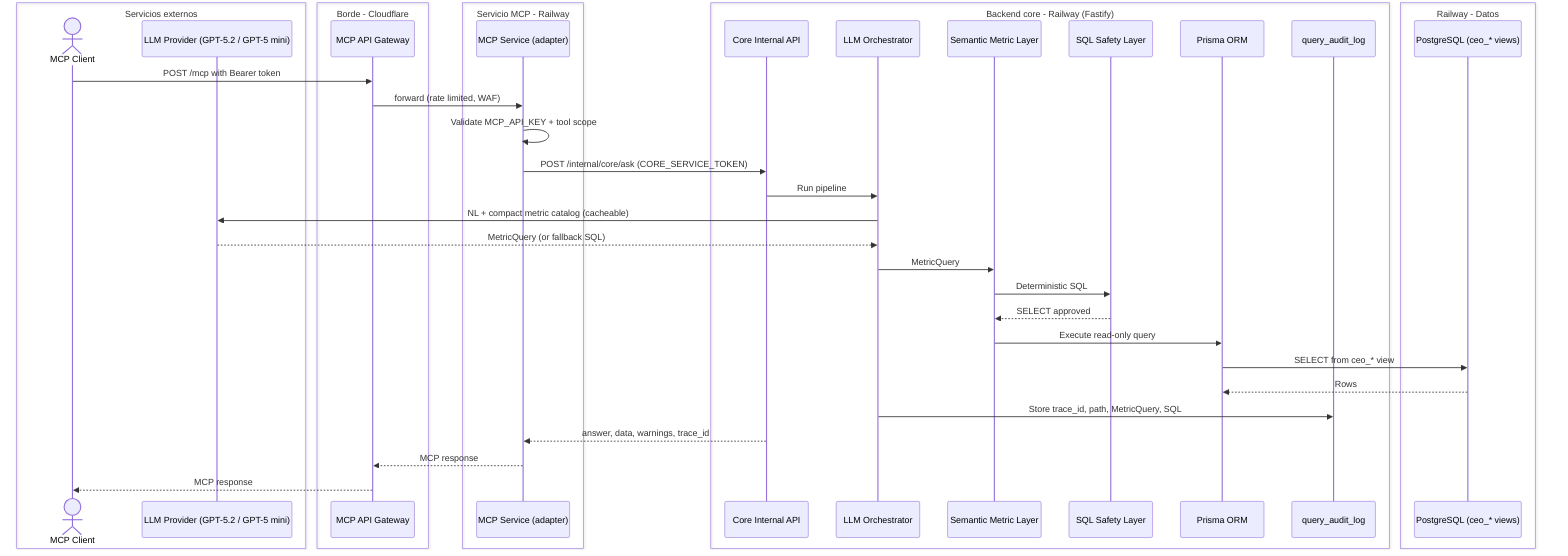
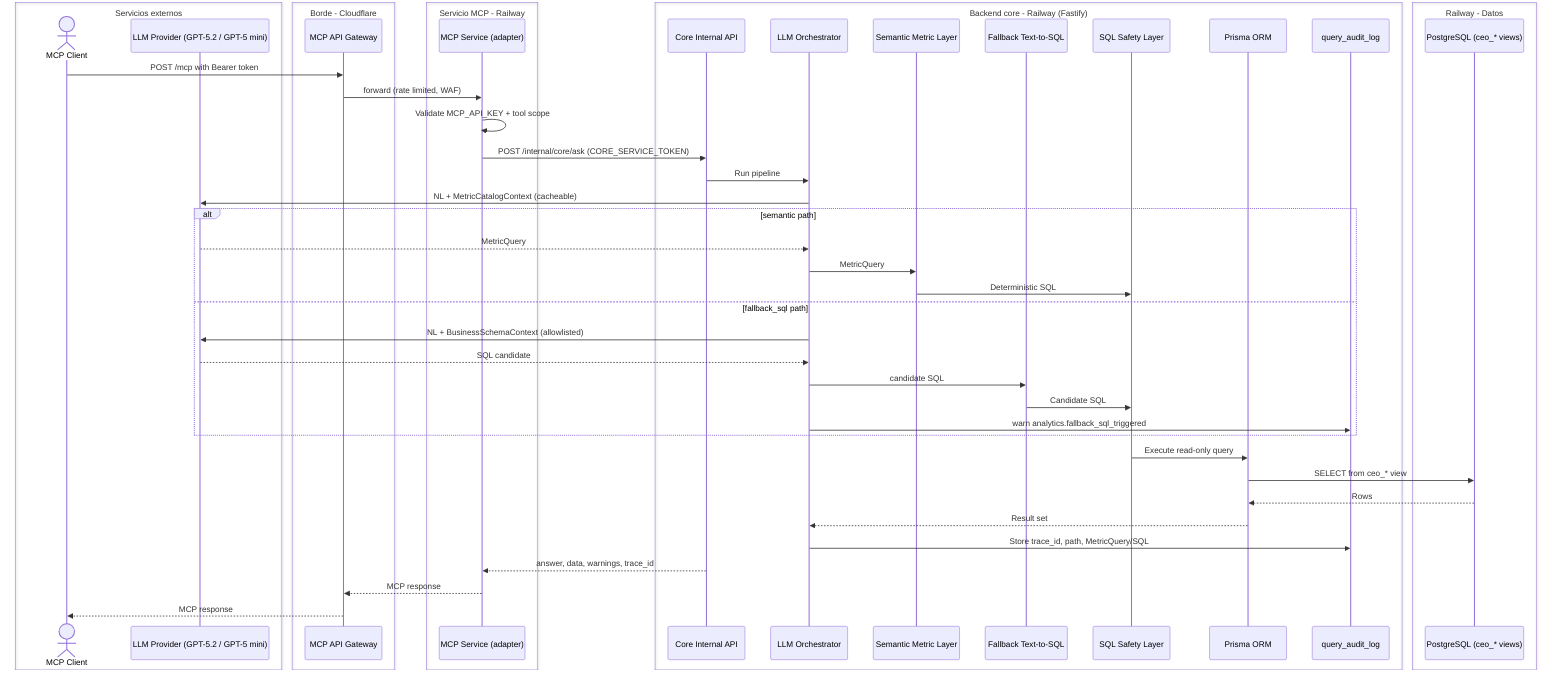
sequenceDiagram
  box Servicios externos
  actor Client as MCP Client
  participant LLM as LLM Provider (GPT-5.2 / GPT-5 mini)
  end
  box Borde - Cloudflare
  participant McpGW as MCP API Gateway
  end
  box Servicio MCP - Railway
  participant MCPsvc as MCP Service (adapter)
  end
  box Backend core - Railway (Fastify)
  participant Core as Core Internal API
  participant Orch as LLM Orchestrator
  participant Sem as Semantic Metric Layer
+   participant Fallback as Fallback Text-to-SQL
  participant Safety as SQL Safety Layer
  participant Prisma as Prisma ORM
  participant Audit as query_audit_log
  end
  box Railway - Datos
  participant DB as PostgreSQL (ceo_* views)
  end

  Client->>McpGW: POST /mcp with Bearer token
  McpGW->>MCPsvc: forward (rate limited, WAF)
  MCPsvc->>MCPsvc: Validate MCP_API_KEY + tool scope
  MCPsvc->>Core: POST /internal/core/ask (CORE_SERVICE_TOKEN)
  Core->>Orch: Run pipeline
-   Orch->>LLM: NL + compact metric catalog (cacheable)
-   LLM-->>Orch: MetricQuery (or fallback SQL)
-   Orch->>Sem: MetricQuery
-   Sem->>Safety: Deterministic SQL
-   Safety-->>Sem: SELECT approved
-   Sem->>Prisma: Execute read-only query
+   Orch->>LLM: NL + MetricCatalogContext (cacheable)
+   alt semantic path
+     LLM-->>Orch: MetricQuery
+     Orch->>Sem: MetricQuery
+     Sem->>Safety: Deterministic SQL
+   else fallback_sql path
+     Orch->>LLM: NL + BusinessSchemaContext (allowlisted)
+     LLM-->>Orch: SQL candidate
+     Orch->>Fallback: candidate SQL
+     Fallback->>Safety: Candidate SQL
+     Orch->>Audit: warn analytics.fallback_sql_triggered
+   end
+   Safety->>Prisma: Execute read-only query
  Prisma->>DB: SELECT from ceo_* view
  DB-->>Prisma: Rows
-   Orch->>Audit: Store trace_id, path, MetricQuery, SQL
+   Prisma-->>Orch: Result set
+   Orch->>Audit: Store trace_id, path, MetricQuery/SQL
  Core-->>MCPsvc: answer, data, warnings, trace_id
  MCPsvc-->>McpGW: MCP response
  McpGW-->>Client: MCP response
